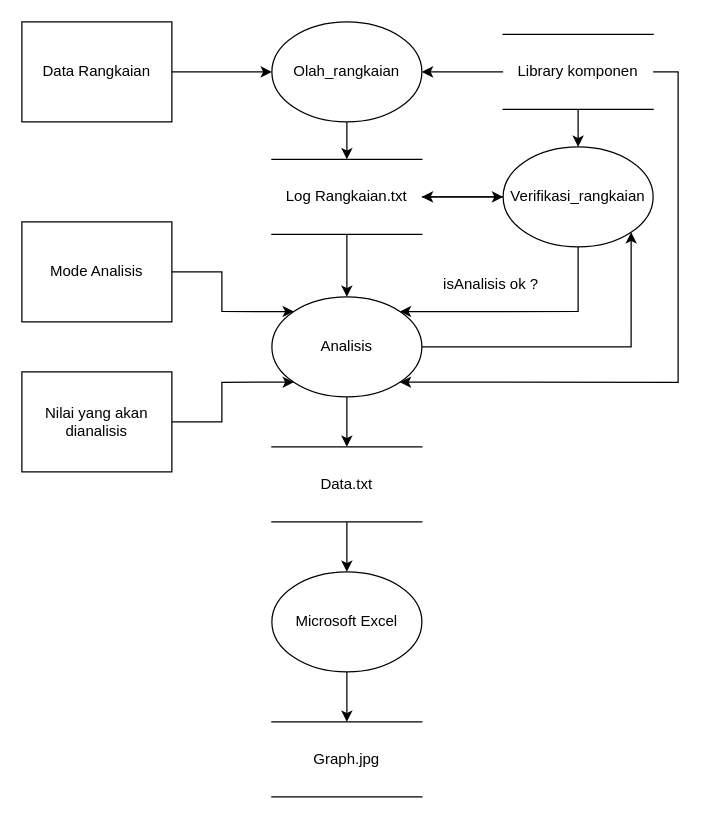
Before: Data Flow Diagram.drawio in Lucranix28/TugasBesarPMC-LTSpice, a draw.io diagram. Source tidied: cells renumbered, new cells numbered last; positions are measured from the earlier drawing's top-left corner, leaving out a move shared by most shapes. Both pictures are drawn from the tidied source at 125%, with x=0, y=0 at pixel (21, 21).
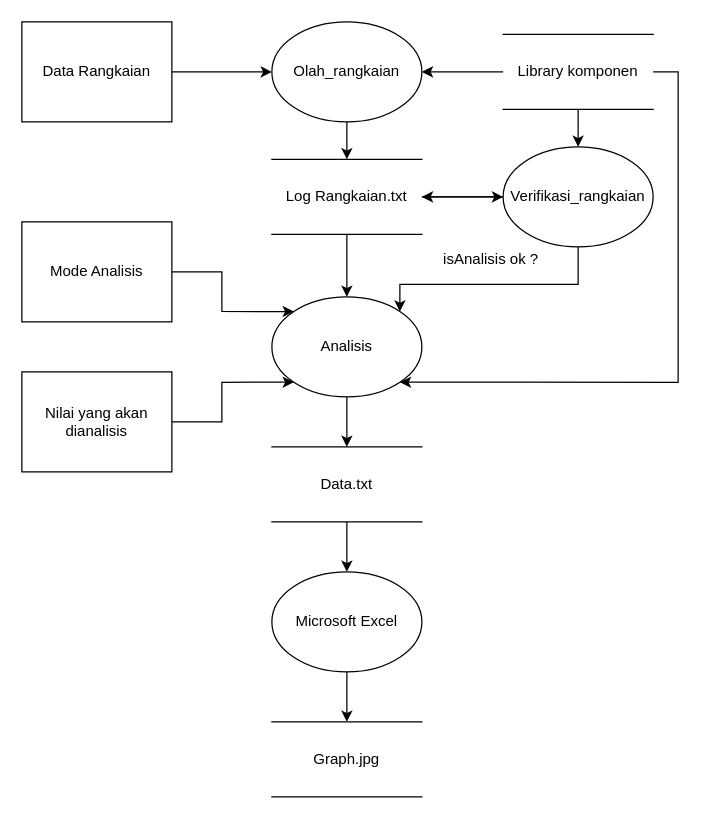
The same diagram, later.

Unchanged cells that the change refers to:
```xml
<mxCell id="15" value="Verifikasi_rangkaian" style="ellipse;whiteSpace=wrap;html=1;" parent="1" vertex="1">
  <mxGeometry x="385" y="100" width="120" height="80" as="geometry" />
</mxCell>
<mxCell id="18" value="Analisis" style="ellipse;whiteSpace=wrap;html=1;" parent="1" vertex="1">
  <mxGeometry x="200" y="220" width="120" height="80" as="geometry" />
</mxCell>
```

Diff of the diagram source:
```diff
@@
     <mxCell id="14" style="edgeStyle=orthogonalEdgeStyle;rounded=0;jettySize=auto;html=1;exitX=0.5;exitY=1;exitDx=0;exitDy=0;entryX=1;entryY=0;entryDx=0;entryDy=0;" parent="1" edge="1" source="15" target="18">
       <mxGeometry relative="1" as="geometry">
         <Array as="points">
-          <mxPoint x="445" y="232" />
-          <mxPoint x="302" y="232" />
+          <mxPoint x="445" y="210" />
+          <mxPoint x="302" y="210" />
         </Array>
       </mxGeometry>
     </mxCell>
@@
-    <mxCell id="17" style="edgeStyle=orthogonalEdgeStyle;rounded=0;jettySize=auto;html=1;exitX=1;exitY=0.5;exitDx=0;exitDy=0;entryX=1;entryY=1;entryDx=0;entryDy=0;" parent="1" edge="1" source="18" target="15">
-      <mxGeometry relative="1" as="geometry" />
-    </mxCell>
@@
     <mxCell id="24" value="isAnalisis ok ?" style="text;html=1;align=center;verticalAlign=middle;" parent="1" vertex="1">
-      <mxGeometry x="330" y="200" width="90" height="20" as="geometry" />
+      <mxGeometry x="330" y="180" width="90" height="20" as="geometry" />
     </mxCell>
```
